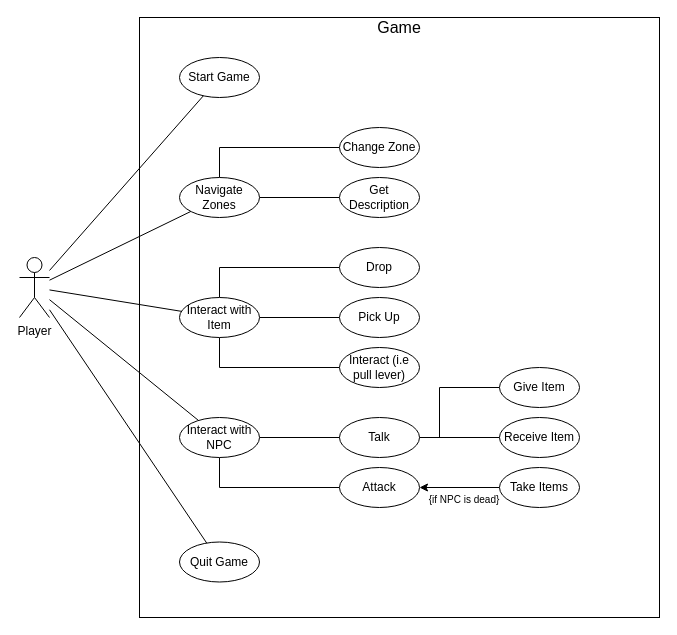
This is page "Use-Case" (1 of 3) of Diagrams/Legends of Antir Diagrams.drawio from qogoist/LegendsOfAntir, a draw.io file, before an edit. Source tidied: cells renumbered, new cells numbered last; positions are measured from the earlier drawing's top-left corner, leaving out a move shared by most shapes. Both pictures are drawn from the tidied source at 100%, with x=0, y=0 at pixel (19, 17).
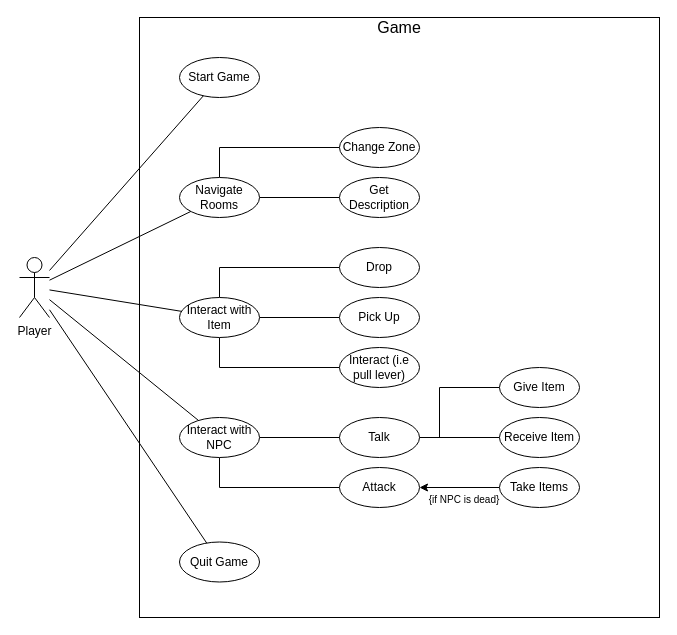
Above is the later version.

The edit, as a diff of the source:
```diff
@@
-    <mxCell id="15" value="Navigate Zones" style="ellipse;whiteSpace=wrap;html=1;" parent="1" vertex="1">
+    <mxCell id="15" value="Navigate Rooms" style="ellipse;whiteSpace=wrap;html=1;" parent="1" vertex="1">
       <mxGeometry x="160" y="160" width="80" height="40" as="geometry" />
     </mxCell>
```
